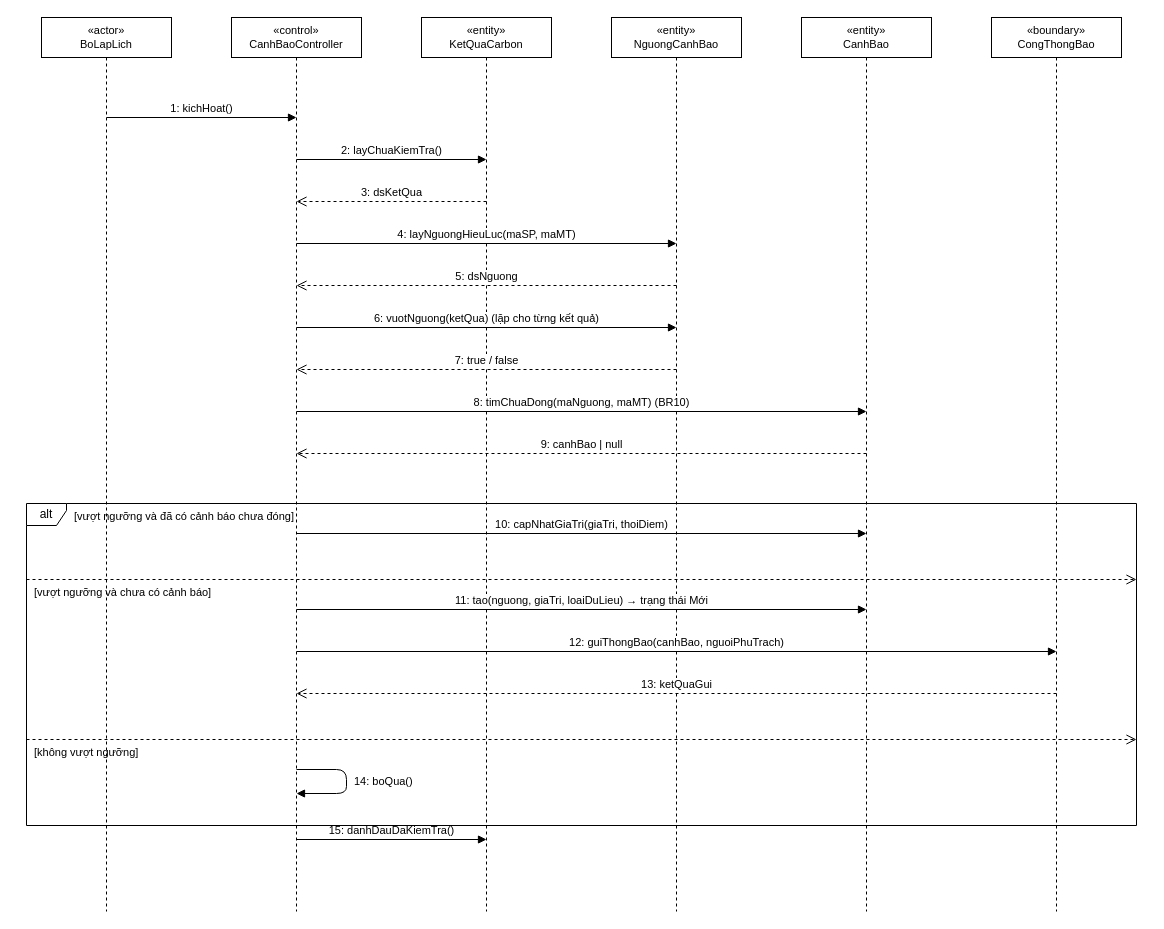
Earlier version of the draw.io diagram docs/diagrams/03_TuanTu/UC_GD_015_Sequence_CanhBaoVuotNguong.drawio (TranThienNhan8279/GreenDash). Source tidied: cells renumbered, new cells numbered last; positions are measured from the earlier drawing's top-left corner, leaving out a move shared by most shapes. Both pictures are drawn from the tidied source at 100%, with x=0, y=0 at pixel (26, 17).
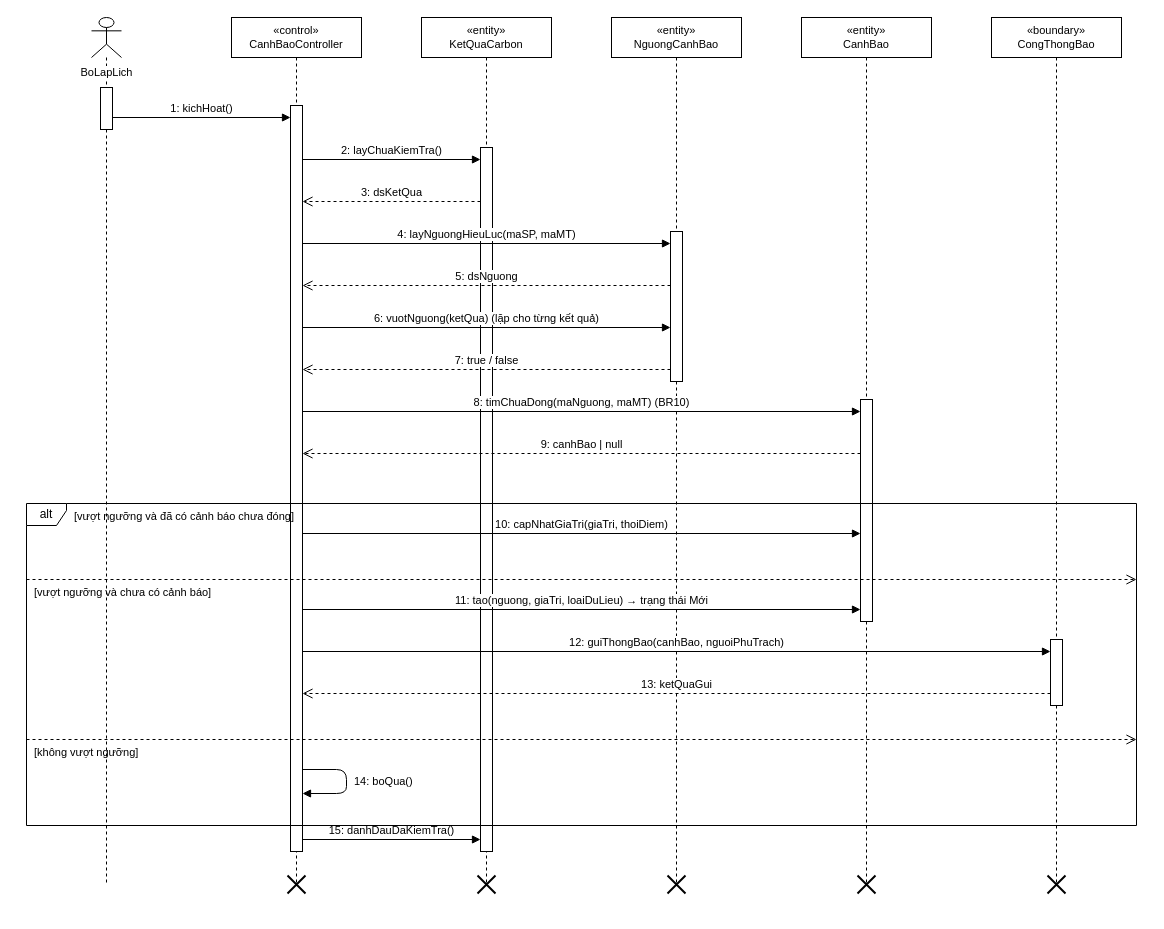
After the change.

Diff of the diagram source:
```diff
@@
-    <mxCell id="2" value="«actor»&lt;br&gt;BoLapLich" style="shape=umlLifeline;perimeter=lifelinePerimeter;whiteSpace=wrap;html=1;fontSize=11;" parent="1" vertex="1">
-      <mxGeometry x="15" width="130" height="894" as="geometry" />
+    <mxCell id="2" value="BoLapLich" style="shape=umlLifeline;participant=umlActor;verticalAlign=top;spacingTop=42;labelBackgroundColor=#ffffff;perimeter=lifelinePerimeter;whiteSpace=nowrap;html=1;fontSize=11;" parent="1" vertex="1">
+      <mxGeometry x="65" width="30" height="867" as="geometry" />
     </mxCell>
     <mxCell id="3" value="«control»&lt;br&gt;CanhBaoController" style="shape=umlLifeline;perimeter=lifelinePerimeter;whiteSpace=wrap;html=1;fontSize=11;" parent="1" vertex="1">
-      <mxGeometry x="205" width="130" height="894" as="geometry" />
+      <mxGeometry x="205" width="130" height="867" as="geometry" />
     </mxCell>
     <mxCell id="4" value="«entity»&lt;br&gt;KetQuaCarbon" style="shape=umlLifeline;perimeter=lifelinePerimeter;whiteSpace=wrap;html=1;fontSize=11;" parent="1" vertex="1">
-      <mxGeometry x="395" width="130" height="894" as="geometry" />
+      <mxGeometry x="395" width="130" height="867" as="geometry" />
     </mxCell>
     <mxCell id="5" value="«entity»&lt;br&gt;NguongCanhBao" style="shape=umlLifeline;perimeter=lifelinePerimeter;whiteSpace=wrap;html=1;fontSize=11;" parent="1" vertex="1">
-      <mxGeometry x="585" width="130" height="894" as="geometry" />
+      <mxGeometry x="585" width="130" height="867" as="geometry" />
     </mxCell>
     <mxCell id="6" value="«entity»&lt;br&gt;CanhBao" style="shape=umlLifeline;perimeter=lifelinePerimeter;whiteSpace=wrap;html=1;fontSize=11;" parent="1" vertex="1">
-      <mxGeometry x="775" width="130" height="894" as="geometry" />
+      <mxGeometry x="775" width="130" height="867" as="geometry" />
     </mxCell>
     <mxCell id="7" value="«boundary»&lt;br&gt;CongThongBao" style="shape=umlLifeline;perimeter=lifelinePerimeter;whiteSpace=wrap;html=1;fontSize=11;" parent="1" vertex="1">
-      <mxGeometry x="965" width="130" height="894" as="geometry" />
+      <mxGeometry x="965" width="130" height="867" as="geometry" />
     </mxCell>
+    <mxCell id="29" style="html=1;perimeter=orthogonalPerimeter;fillColor=#ffffff;strokeColor=#000000;" parent="1" vertex="1">
+      <mxGeometry x="74" y="70" width="12" height="42" as="geometry" />
+    </mxCell>
+    <mxCell id="30" style="html=1;perimeter=orthogonalPerimeter;fillColor=#ffffff;strokeColor=#000000;" parent="1" vertex="1">
+      <mxGeometry x="264" y="88" width="12" height="746" as="geometry" />
+    </mxCell>
+    <mxCell id="31" style="shape=umlDestroy;html=1;strokeWidth=2;strokeColor=#000000;" parent="1" vertex="1">
+      <mxGeometry x="261" y="858" width="18" height="18" as="geometry" />
+    </mxCell>
+    <mxCell id="32" style="html=1;perimeter=orthogonalPerimeter;fillColor=#ffffff;strokeColor=#000000;" parent="1" vertex="1">
+      <mxGeometry x="454" y="130" width="12" height="704" as="geometry" />
+    </mxCell>
+    <mxCell id="33" style="shape=umlDestroy;html=1;strokeWidth=2;strokeColor=#000000;" parent="1" vertex="1">
+      <mxGeometry x="451" y="858" width="18" height="18" as="geometry" />
+    </mxCell>
+    <mxCell id="34" style="html=1;perimeter=orthogonalPerimeter;fillColor=#ffffff;strokeColor=#000000;" parent="1" vertex="1">
+      <mxGeometry x="644" y="214" width="12" height="150" as="geometry" />
+    </mxCell>
+    <mxCell id="35" style="shape=umlDestroy;html=1;strokeWidth=2;strokeColor=#000000;" parent="1" vertex="1">
+      <mxGeometry x="641" y="858" width="18" height="18" as="geometry" />
+    </mxCell>
+    <mxCell id="36" style="html=1;perimeter=orthogonalPerimeter;fillColor=#ffffff;strokeColor=#000000;" parent="1" vertex="1">
+      <mxGeometry x="834" y="382" width="12" height="222" as="geometry" />
+    </mxCell>
+    <mxCell id="37" style="shape=umlDestroy;html=1;strokeWidth=2;strokeColor=#000000;" parent="1" vertex="1">
+      <mxGeometry x="831" y="858" width="18" height="18" as="geometry" />
+    </mxCell>
+    <mxCell id="38" style="html=1;perimeter=orthogonalPerimeter;fillColor=#ffffff;strokeColor=#000000;" parent="1" vertex="1">
+      <mxGeometry x="1024" y="622" width="12" height="66" as="geometry" />
+    </mxCell>
+    <mxCell id="39" style="shape=umlDestroy;html=1;strokeWidth=2;strokeColor=#000000;" parent="1" vertex="1">
+      <mxGeometry x="1021" y="858" width="18" height="18" as="geometry" />
+    </mxCell>
     <mxCell id="8" value="1: kichHoat()" style="html=1;verticalAlign=bottom;endArrow=block;endFill=1;" parent="1" edge="1">
       <mxGeometry relative="1" as="geometry">
-        <mxPoint x="80" y="100" as="sourcePoint" />
-        <mxPoint x="270" y="100" as="targetPoint" />
+        <mxPoint x="86" y="100" as="sourcePoint" />
+        <mxPoint x="264" y="100" as="targetPoint" />
       </mxGeometry>
     </mxCell>
     <mxCell id="9" value="2: layChuaKiemTra()" style="html=1;verticalAlign=bottom;endArrow=block;endFill=1;" parent="1" edge="1">
       <mxGeometry relative="1" as="geometry">
-        <mxPoint x="270" y="142" as="sourcePoint" />
-        <mxPoint x="460" y="142" as="targetPoint" />
+        <mxPoint x="276" y="142" as="sourcePoint" />
+        <mxPoint x="454" y="142" as="targetPoint" />
       </mxGeometry>
     </mxCell>
     <mxCell id="10" value="3: dsKetQua" style="html=1;verticalAlign=bottom;endArrow=open;endSize=8;dashed=1;" parent="1" edge="1">
       <mxGeometry relative="1" as="geometry">
-        <mxPoint x="460" y="184" as="sourcePoint" />
-        <mxPoint x="270" y="184" as="targetPoint" />
+        <mxPoint x="454" y="184" as="sourcePoint" />
+        <mxPoint x="276" y="184" as="targetPoint" />
       </mxGeometry>
     </mxCell>
     <mxCell id="11" value="4: layNguongHieuLuc(maSP, maMT)" style="html=1;verticalAlign=bottom;endArrow=block;endFill=1;" parent="1" edge="1">
       <mxGeometry relative="1" as="geometry">
-        <mxPoint x="270" y="226" as="sourcePoint" />
-        <mxPoint x="650" y="226" as="targetPoint" />
+        <mxPoint x="276" y="226" as="sourcePoint" />
+        <mxPoint x="644" y="226" as="targetPoint" />
       </mxGeometry>
     </mxCell>
     <mxCell id="12" value="5: dsNguong" style="html=1;verticalAlign=bottom;endArrow=open;endSize=8;dashed=1;" parent="1" edge="1">
       <mxGeometry relative="1" as="geometry">
-        <mxPoint x="650" y="268" as="sourcePoint" />
-        <mxPoint x="270" y="268" as="targetPoint" />
+        <mxPoint x="644" y="268" as="sourcePoint" />
+        <mxPoint x="276" y="268" as="targetPoint" />
       </mxGeometry>
     </mxCell>
     <mxCell id="13" value="6: vuotNguong(ketQua)  (lặp cho từng kết quả)" style="html=1;verticalAlign=bottom;endArrow=block;endFill=1;" parent="1" edge="1">
       <mxGeometry relative="1" as="geometry">
-        <mxPoint x="270" y="310" as="sourcePoint" />
-        <mxPoint x="650" y="310" as="targetPoint" />
+        <mxPoint x="276" y="310" as="sourcePoint" />
+        <mxPoint x="644" y="310" as="targetPoint" />
       </mxGeometry>
     </mxCell>
     <mxCell id="14" value="7: true / false" style="html=1;verticalAlign=bottom;endArrow=open;endSize=8;dashed=1;" parent="1" edge="1">
       <mxGeometry relative="1" as="geometry">
-        <mxPoint x="650" y="352" as="sourcePoint" />
-        <mxPoint x="270" y="352" as="targetPoint" />
+        <mxPoint x="644" y="352" as="sourcePoint" />
+        <mxPoint x="276" y="352" as="targetPoint" />
       </mxGeometry>
     </mxCell>
     <mxCell id="15" value="8: timChuaDong(maNguong, maMT)  (BR10)" style="html=1;verticalAlign=bottom;endArrow=block;endFill=1;" parent="1" edge="1">
       <mxGeometry relative="1" as="geometry">
-        <mxPoint x="270" y="394" as="sourcePoint" />
-        <mxPoint x="840" y="394" as="targetPoint" />
+        <mxPoint x="276" y="394" as="sourcePoint" />
+        <mxPoint x="834" y="394" as="targetPoint" />
       </mxGeometry>
     </mxCell>
     <mxCell id="16" value="9: canhBao | null" style="html=1;verticalAlign=bottom;endArrow=open;endSize=8;dashed=1;" parent="1" edge="1">
       <mxGeometry relative="1" as="geometry">
-        <mxPoint x="840" y="436" as="sourcePoint" />
-        <mxPoint x="270" y="436" as="targetPoint" />
+        <mxPoint x="834" y="436" as="sourcePoint" />
+        <mxPoint x="276" y="436" as="targetPoint" />
       </mxGeometry>
     </mxCell>
     <mxCell id="17" value="10: capNhatGiaTri(giaTri, thoiDiem)" style="html=1;verticalAlign=bottom;endArrow=block;endFill=1;" parent="1" edge="1">
       <mxGeometry relative="1" as="geometry">
-        <mxPoint x="270" y="516" as="sourcePoint" />
-        <mxPoint x="840" y="516" as="targetPoint" />
+        <mxPoint x="276" y="516" as="sourcePoint" />
+        <mxPoint x="834" y="516" as="targetPoint" />
       </mxGeometry>
     </mxCell>
     <mxCell id="18" value="11: tao(nguong, giaTri, loaiDuLieu)  → trạng thái Mới" style="html=1;verticalAlign=bottom;endArrow=block;endFill=1;" parent="1" edge="1">
       <mxGeometry relative="1" as="geometry">
-        <mxPoint x="270" y="592" as="sourcePoint" />
-        <mxPoint x="840" y="592" as="targetPoint" />
+        <mxPoint x="276" y="592" as="sourcePoint" />
+        <mxPoint x="834" y="592" as="targetPoint" />
       </mxGeometry>
     </mxCell>
     <mxCell id="19" value="12: guiThongBao(canhBao, nguoiPhuTrach)" style="html=1;verticalAlign=bottom;endArrow=block;endFill=1;" parent="1" edge="1">
       <mxGeometry relative="1" as="geometry">
-        <mxPoint x="270" y="634" as="sourcePoint" />
-        <mxPoint x="1030" y="634" as="targetPoint" />
+        <mxPoint x="276" y="634" as="sourcePoint" />
+        <mxPoint x="1024" y="634" as="targetPoint" />
       </mxGeometry>
     </mxCell>
     <mxCell id="20" value="13: ketQuaGui" style="html=1;verticalAlign=bottom;endArrow=open;endSize=8;dashed=1;" parent="1" edge="1">
       <mxGeometry relative="1" as="geometry">
-        <mxPoint x="1030" y="676" as="sourcePoint" />
-        <mxPoint x="270" y="676" as="targetPoint" />
+        <mxPoint x="1024" y="676" as="sourcePoint" />
+        <mxPoint x="276" y="676" as="targetPoint" />
       </mxGeometry>
     </mxCell>
     <mxCell id="21" value="14: boQua()" style="html=1;verticalAlign=bottom;endArrow=block;endFill=1;align=left;spacingLeft=6;verticalAlign=middle;" parent="1" edge="1">
       <mxGeometry relative="1" as="geometry">
-        <mxPoint x="270" y="752" as="sourcePoint" />
-        <mxPoint x="270" y="776" as="targetPoint" />
+        <mxPoint x="276" y="752" as="sourcePoint" />
+        <mxPoint x="276" y="776" as="targetPoint" />
         <Array as="points">
           <mxPoint x="320" y="752" />
           <mxPoint x="320" y="776" />
         </Array>
       </mxGeometry>
     </mxCell>
     <mxCell id="22" value="15: danhDauDaKiemTra()" style="html=1;verticalAlign=bottom;endArrow=block;endFill=1;" parent="1" edge="1">
       <mxGeometry relative="1" as="geometry">
-        <mxPoint x="270" y="822" as="sourcePoint" />
-        <mxPoint x="460" y="822" as="targetPoint" />
+        <mxPoint x="276" y="822" as="sourcePoint" />
+        <mxPoint x="454" y="822" as="targetPoint" />
       </mxGeometry>
     </mxCell>
```
